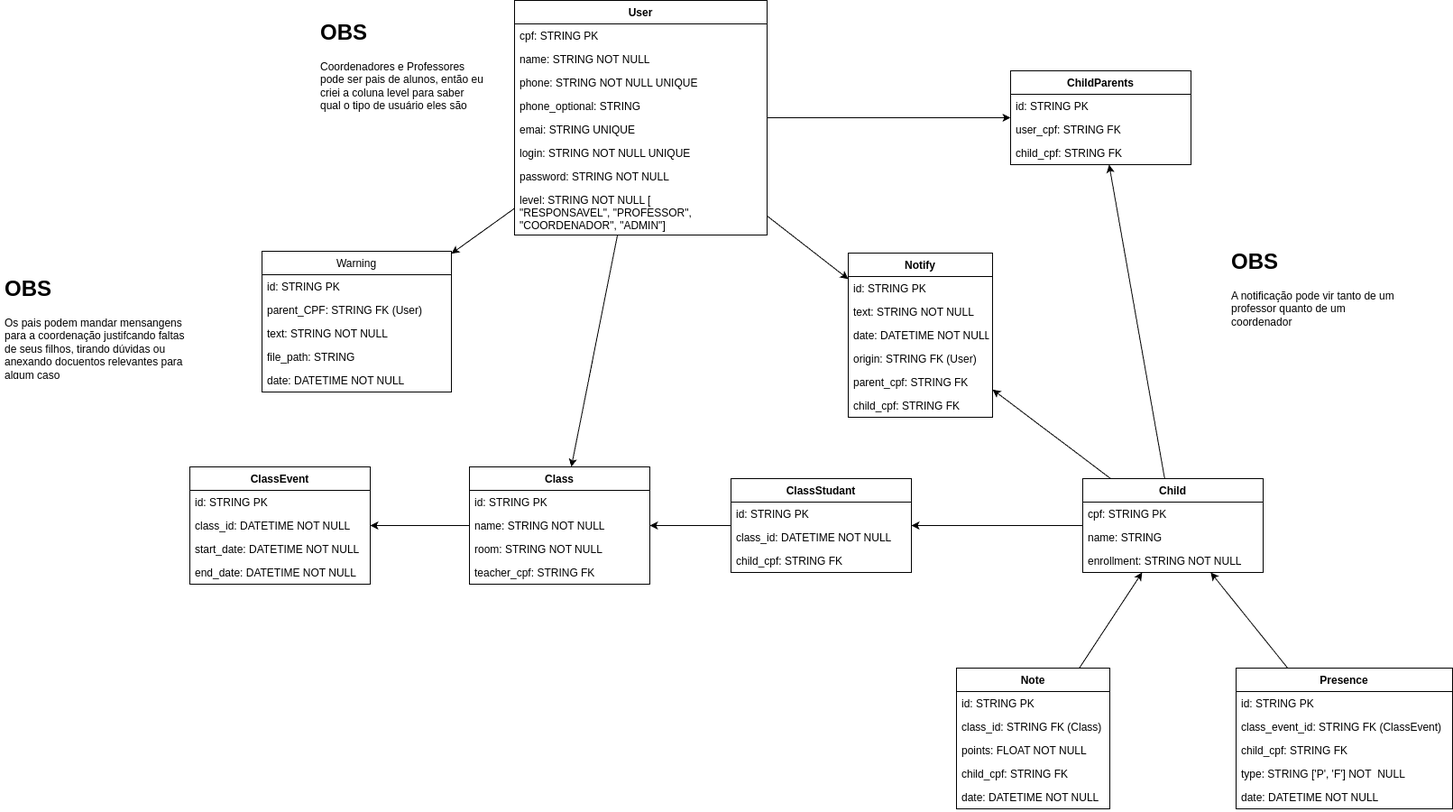
This is docs/images/der.png from mauriciobenjamin700/SMEIF, a draw.io export, as it was before one commit. Source tidied: cells renumbered, new cells last; positions are measured from the earlier drawing's top-left corner, leaving out a move shared by most shapes.
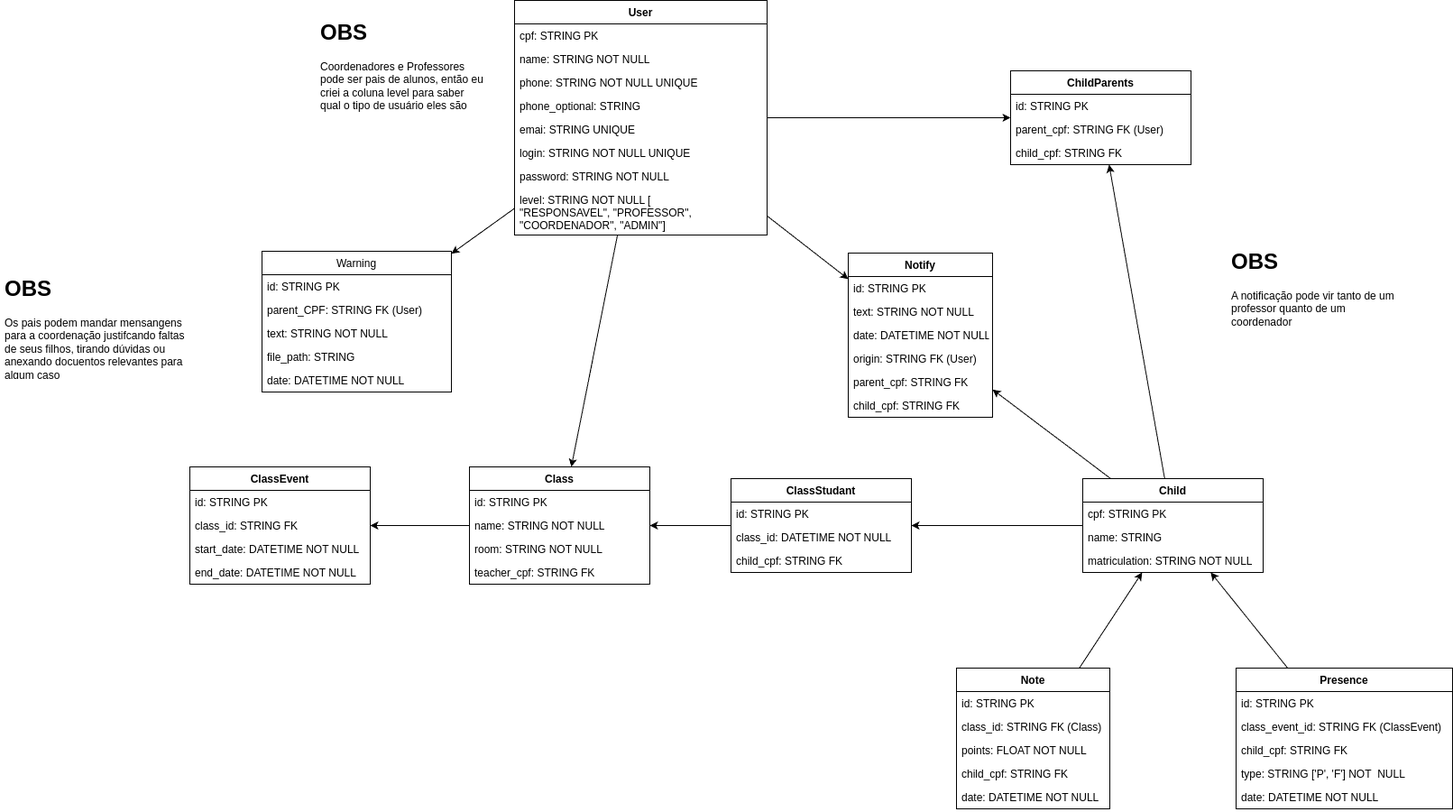
The same file after the commit.

The edit, as a diff of the source:
```diff
@@ -56,7 +56,7 @@
     <mxCell id="19" value="name: STRING" style="text;strokeColor=none;fillColor=none;align=left;verticalAlign=top;spacingLeft=4;spacingRight=4;overflow=hidden;" parent="17" vertex="1">
       <mxGeometry y="52" width="200" height="26" as="geometry" />
     </mxCell>
-    <mxCell id="20" value="enrollment: STRING NOT NULL" style="text;strokeColor=none;fillColor=none;align=left;verticalAlign=top;spacingLeft=4;spacingRight=4;overflow=hidden;" parent="17" vertex="1">
+    <mxCell id="20" value="matriculation: STRING NOT NULL" style="text;strokeColor=none;fillColor=none;align=left;verticalAlign=top;spacingLeft=4;spacingRight=4;overflow=hidden;" parent="17" vertex="1">
       <mxGeometry y="78" width="200" height="26" as="geometry" />
     </mxCell>
     <mxCell id="21" style="edgeStyle=none;html=1;" parent="1" edge="1" source="5" target="37">
@@ -149,7 +149,7 @@
     <mxCell id="50" value="id: STRING PK" style="text;strokeColor=none;fillColor=none;align=left;verticalAlign=top;spacingLeft=4;spacingRight=4;overflow=hidden;" parent="49" vertex="1">
       <mxGeometry y="26" width="200" height="26" as="geometry" />
     </mxCell>
-    <mxCell id="51" value="user_cpf: STRING FK " style="text;strokeColor=none;fillColor=none;align=left;verticalAlign=top;spacingLeft=4;spacingRight=4;overflow=hidden;" parent="49" vertex="1">
+    <mxCell id="51" value="parent_cpf: STRING FK (User)" style="text;strokeColor=none;fillColor=none;align=left;verticalAlign=top;spacingLeft=4;spacingRight=4;overflow=hidden;" parent="49" vertex="1">
       <mxGeometry y="52" width="200" height="26" as="geometry" />
     </mxCell>
     <mxCell id="52" value="child_cpf: STRING FK " style="text;strokeColor=none;fillColor=none;align=left;verticalAlign=top;spacingLeft=4;spacingRight=4;overflow=hidden;" parent="49" vertex="1">
@@ -167,7 +167,7 @@
     <mxCell id="56" value="id: STRING PK" style="text;strokeColor=none;fillColor=none;align=left;verticalAlign=top;spacingLeft=4;spacingRight=4;overflow=hidden;" parent="55" vertex="1">
       <mxGeometry y="26" width="200" height="26" as="geometry" />
     </mxCell>
-    <mxCell id="57" value="class_id: DATETIME NOT NULL" style="text;strokeColor=none;fillColor=none;align=left;verticalAlign=top;spacingLeft=4;spacingRight=4;overflow=hidden;" parent="55" vertex="1">
+    <mxCell id="57" value="class_id: STRING FK" style="text;strokeColor=none;fillColor=none;align=left;verticalAlign=top;spacingLeft=4;spacingRight=4;overflow=hidden;" parent="55" vertex="1">
       <mxGeometry y="52" width="200" height="26" as="geometry" />
     </mxCell>
     <mxCell id="58" value="start_date: DATETIME NOT NULL" style="text;strokeColor=none;fillColor=none;align=left;verticalAlign=top;spacingLeft=4;spacingRight=4;overflow=hidden;" parent="55" vertex="1">
```
